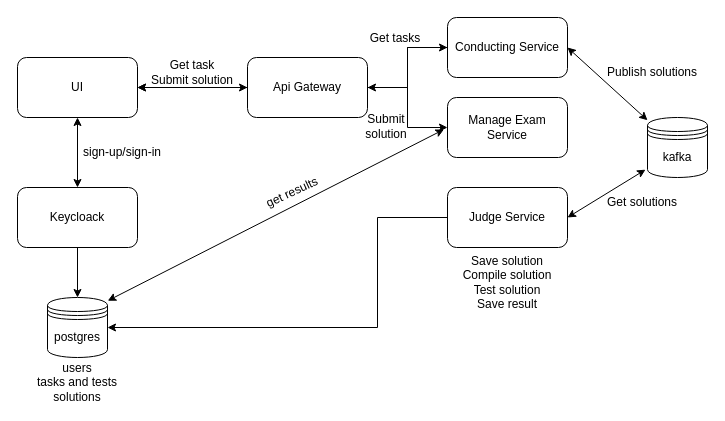
Above: docs/diagrams/HLD/hld.drawio in se-brown-2023/automated-testing-applicants-service (draw.io), before the change. Source tidied: cells renumbered, new cells numbered last; positions are measured from the earlier drawing's top-left corner, leaving out a move shared by most shapes. Both pictures are drawn from the tidied source at 100%, with x=0, y=0 at pixel (17, 17).
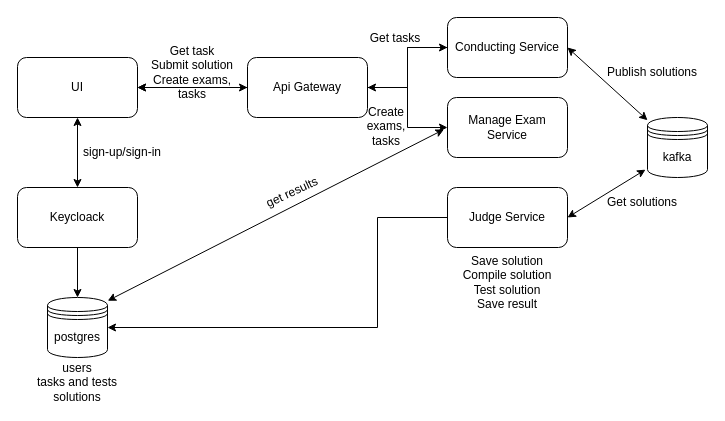
The same diagram, later.

Commit message (it also covers changes not shown here):
update hld diagramm

What changed in the source:
```diff
@@
-    <mxCell id="16" value="Get task&lt;br&gt;Submit solution" style="text;html=1;strokeColor=none;fillColor=none;align=center;verticalAlign=middle;whiteSpace=wrap;rounded=0;" parent="1" vertex="1">
+    <mxCell id="16" value="Get task&lt;br&gt;Submit solution&lt;br&gt;Create exams, tasks" style="text;html=1;strokeColor=none;fillColor=none;align=center;verticalAlign=middle;whiteSpace=wrap;rounded=0;" parent="1" vertex="1">
       <mxGeometry x="120" y="40" width="110" height="30" as="geometry" />
     </mxCell>
@@
-    <mxCell id="28" value="Submit solution" style="text;html=1;strokeColor=none;fillColor=none;align=center;verticalAlign=middle;whiteSpace=wrap;rounded=0;" parent="1" vertex="1">
+    <mxCell id="28" value="Create exams, tasks" style="text;html=1;strokeColor=none;fillColor=none;align=center;verticalAlign=middle;whiteSpace=wrap;rounded=0;" parent="1" vertex="1">
       <mxGeometry x="339" y="108" width="60" as="geometry" />
     </mxCell>
```
